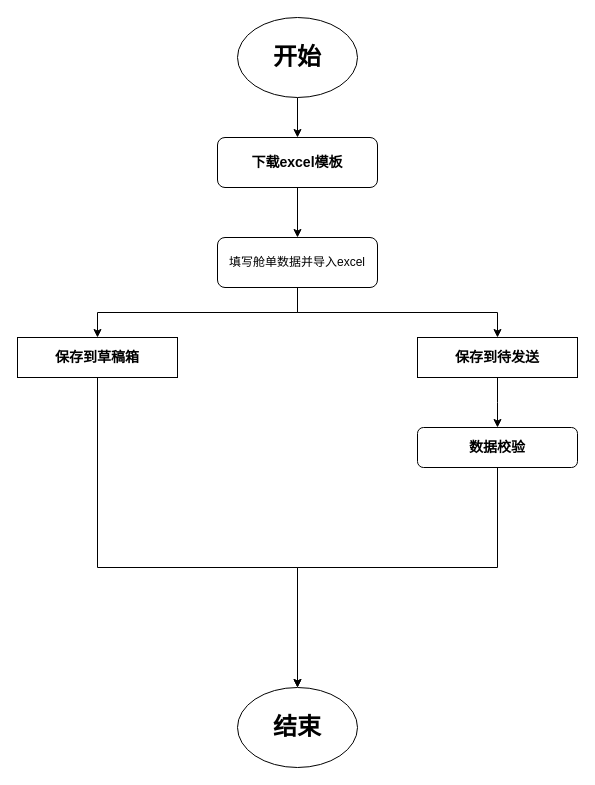
caixuecheng/track-drawio keeps this draw.io diagram as manifest/草稿箱/录入舱单—表格导入 .drawio. Above is the earlier version. Source tidied: cells renumbered, new cells numbered last; positions are measured from the earlier drawing's top-left corner, leaving out a move shared by most shapes. Both pictures are drawn from the tidied source at 100%, with x=0, y=0 at pixel (17, 17).
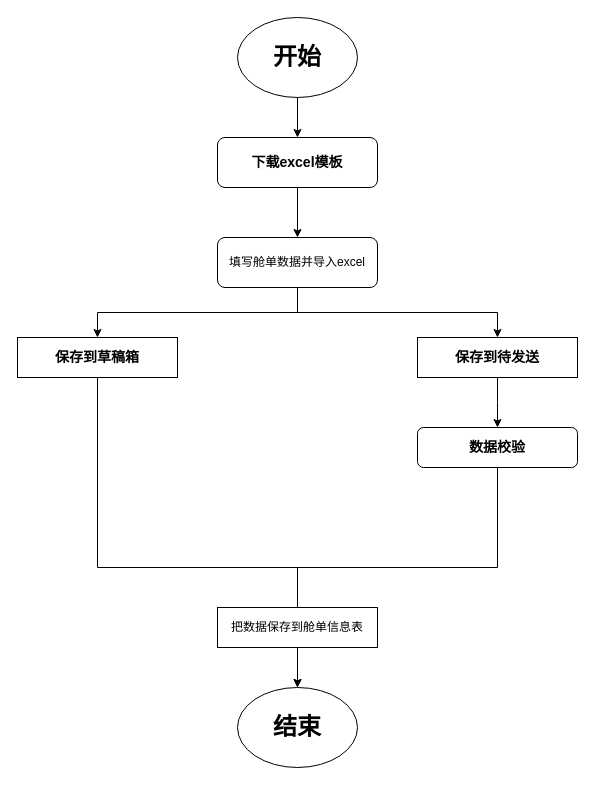
After the change.

Commit message (it also covers changes not shown here):
更新录入舱单—表格导入 .drawio

Diff of the diagram source:
```diff
@@
+    <mxCell id="16" value="把数据保存到舱单信息表" style="rounded=0;whiteSpace=wrap;html=1;" parent="1" vertex="1">
+      <mxGeometry x="200" y="590" width="160" height="40" as="geometry" />
+    </mxCell>
```
